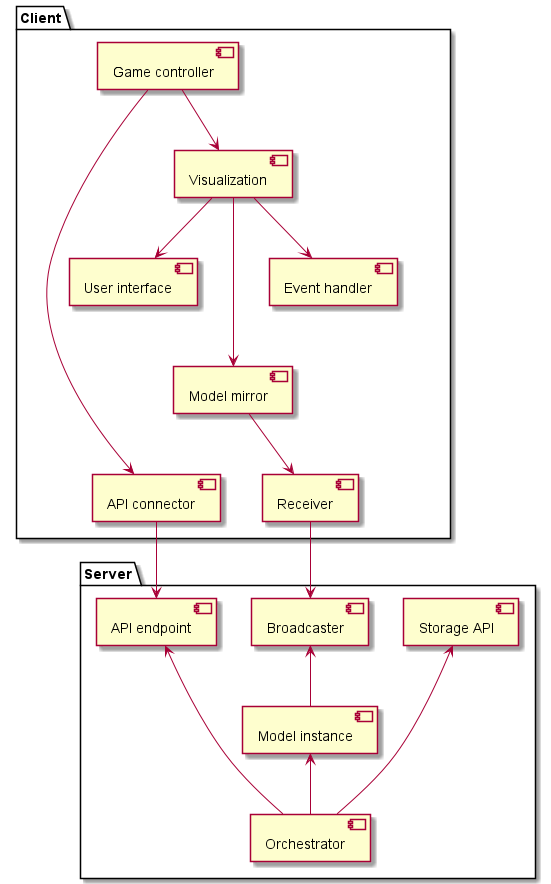
Before: Development/Component/ClientServer.png, a diagram exported from PlantUML (SWA-group-1/PlantUML).
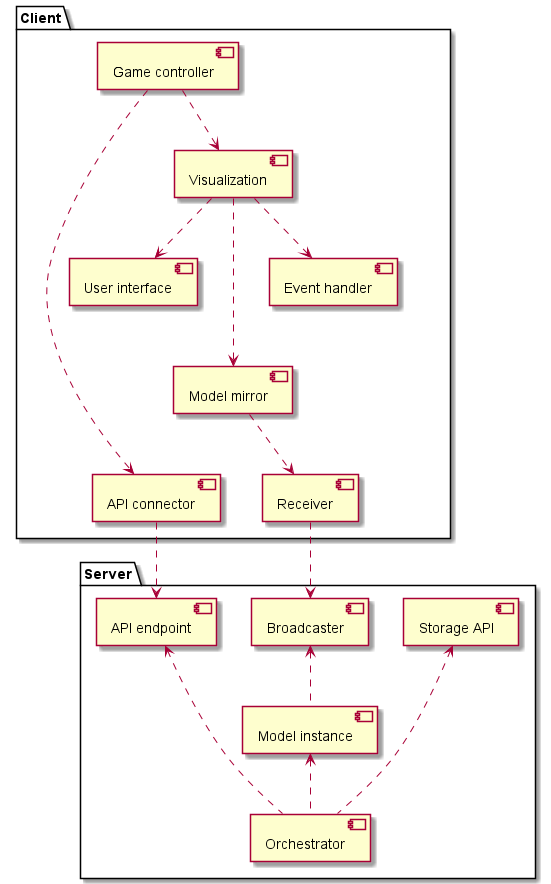
The same file after the commit.

Commit message:
Recompiled with component diagram style change. #4

What changed in the source:
```diff
@@ -7,12 +7,12 @@
     component "Orchestrator" as orchestrator
     component "Storage API" as storage
 
-    orchestrator -up-> endpoint
-    orchestrator -up-> model
-    orchestrator -up-> storage
-    model -[hidden]up-> endpoint
-    model -up-> broadcaster
-    model -[hidden]up-> storage
+    orchestrator .up.> endpoint
+    orchestrator .up.> model
+    orchestrator .up.> storage
+    model -[hidden]up- endpoint
+    model .up.> broadcaster
+    model -[hidden]up- storage
 }
 
 package "Client" {
@@ -24,23 +24,23 @@
     component "Visualization" as visualization
     component "User interface" as ui
 
-    controller -down-> visualization
-    controller -down-> connector
-    visualization -[hidden]down-> receiver
-    visualization -down-> event
-    visualization -down-> ui
-    visualization -down-> mirror
-    event -[hidden]-> mirror
-    event -[hidden]-> receiver
-    event -[hidden]-> connector
-    ui -[hidden]-> mirror
-    ui -[hidden]-> receiver
-    ui -[hidden]-> connector
-    mirror -[hidden]-> connector
-    mirror --> receiver
+    controller .down.> visualization
+    controller .down.> connector
+    visualization .down.> event
+    visualization .down.> mirror
+    visualization -[hidden]down- receiver
+    visualization .down.> ui
+    event -[hidden]- mirror
+    event -[hidden]- receiver
+    event -[hidden]- connector
+    ui -[hidden]- mirror
+    ui -[hidden]- receiver
+    ui -[hidden]- connector
+    mirror -[hidden]- connector
+    mirror ..> receiver
 }
 
-receiver --> broadcaster
-connector --> endpoint
+receiver ..> broadcaster
+connector ..> endpoint
 
 @enduml
```
